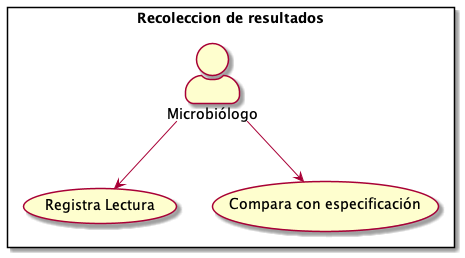
Above: docs/source/assets/recoleccion_resultados.png in jonathanahumada/rodam_documentacion (PlantUML), before the change.
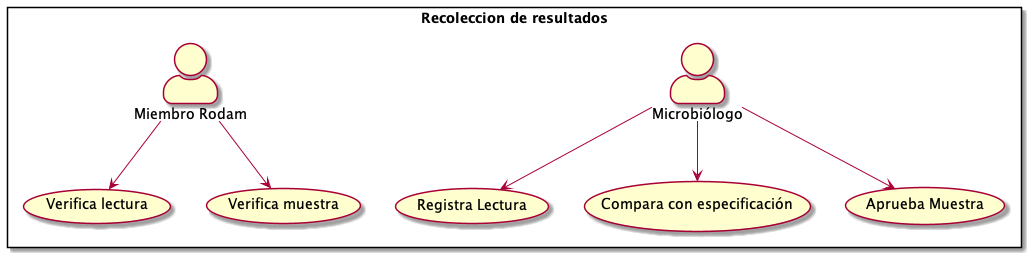
The same file after the commit.

Change to the diagram source:
```diff
@@ -5,7 +5,10 @@
 
 rectangle "Recoleccion de resultados" {
 :Microbiólogo: --> (Registra Lectura)
+:Miembro Rodam: --> (Verifica lectura)
 :Microbiólogo: --> (Compara con especificación)
+:Microbiólogo: --> (Aprueba Muestra)
+:Miembro Rodam: --> (Verifica muestra)
 }
 
 @enduml
```
